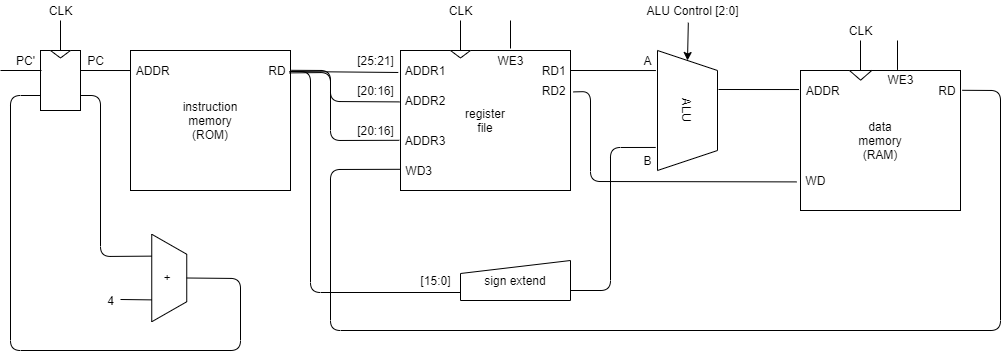
Earlier version of the draw.io export doc/architecture.drawio.png (0n1shi/fpga-mips). Source tidied: cells renumbered, new cells last; positions are measured from the earlier drawing's top-left corner, leaving out a move shared by most shapes.
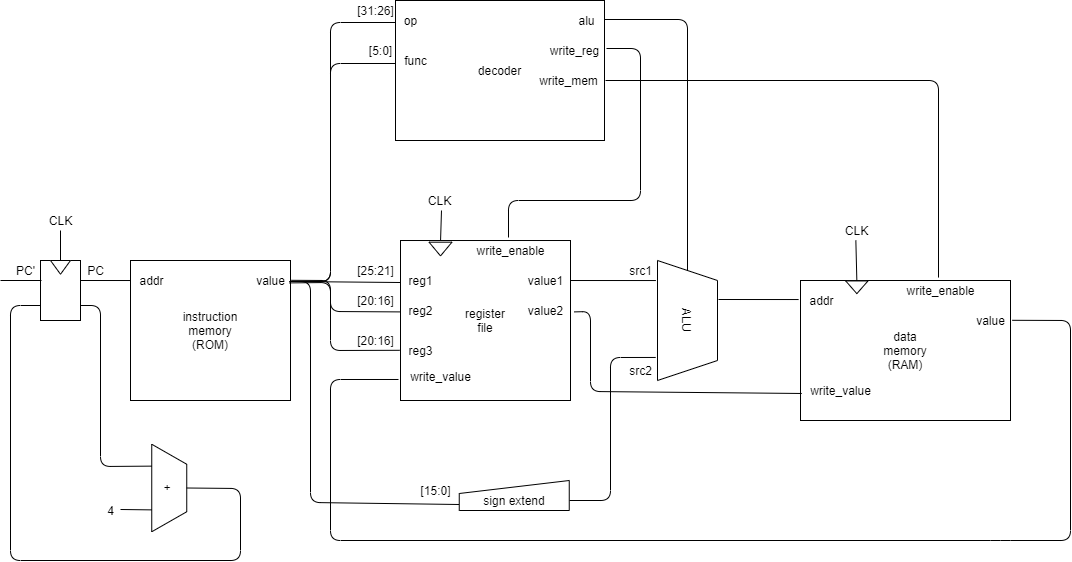
Later version of the same file.

Diff of the diagram source:
```diff
@@ -9,7 +9,7 @@
       <mxGeometry width="40" height="60" as="geometry" />
     </mxCell>
     <mxCell id="4" style="triangle;whiteSpace=wrap;html=1;rotation=90;" parent="2" vertex="1">
-      <mxGeometry x="16.2" y="-6.2" width="7.5" height="20" as="geometry" />
+      <mxGeometry x="13.1" y="-3.1" width="13.8" height="20" as="geometry" />
     </mxCell>
     <mxCell id="5" style="endArrow=none;html=1;exitX=0.5;exitY=0;exitDx=0;exitDy=0;" parent="1" edge="1" source="3">
       <mxGeometry relative="1" as="geometry">
@@ -34,10 +34,10 @@
     <mxCell id="10" value="instruction&lt;br&gt;memory&lt;br&gt;(ROM)" style="rounded=0;whiteSpace=wrap;html=1;" parent="9" vertex="1">
       <mxGeometry width="160" height="140" as="geometry" />
     </mxCell>
-    <mxCell id="11" value="&amp;nbsp;ADDR" style="text;html=1;align=left;verticalAlign=middle;" parent="9" vertex="1">
-      <mxGeometry x="1" y="10" width="50" height="20" as="geometry" />
+    <mxCell id="11" value="addr" style="text;html=1;align=center;verticalAlign=middle;" parent="9" vertex="1">
+      <mxGeometry x="1" y="10" width="40" height="20" as="geometry" />
     </mxCell>
-    <mxCell id="12" value="RD&amp;nbsp;" style="text;html=1;align=right;verticalAlign=middle;points=[];" parent="9" vertex="1">
+    <mxCell id="12" value="value" style="text;html=1;align=center;verticalAlign=middle;points=[];" parent="9" vertex="1">
       <mxGeometry x="120" y="10" width="40" height="20" as="geometry" />
     </mxCell>
     <mxCell id="13" style="endArrow=none;html=1;entryX=-0.001;entryY=0.143;entryDx=0;entryDy=0;entryPerimeter=0;" parent="1" edge="1" target="10">
@@ -45,24 +45,13 @@
         <mxPoint x="80" y="70" as="sourcePoint" />
       </mxGeometry>
     </mxCell>
-    <mxCell id="14" style="endArrow=none;html=1;exitX=0;exitY=0.5;exitDx=0;exitDy=0;" parent="1" edge="1" source="34">
-      <mxGeometry relative="1" as="geometry">
-        <mxPoint x="460" y="20" as="targetPoint" />
-      </mxGeometry>
+    <mxCell id="14" style="endArrow=none;html=1;exitX=0;exitY=0.5;exitDx=0;exitDy=0;entryX=0.556;entryY=1;entryDx=0;entryDy=0;entryPerimeter=0;" parent="1" edge="1" source="34" target="15">
+      <mxGeometry relative="1" as="geometry" />
     </mxCell>
-    <mxCell id="15" value="CLK&lt;br&gt;" style="text;html=1;align=center;verticalAlign=middle;points=[];" parent="1" vertex="1">
-      <mxGeometry x="440" width="40" height="20" as="geometry" />
-    </mxCell>
-    <mxCell id="16" style="endArrow=none;html=1;" parent="1" edge="1">
-      <mxGeometry relative="1" as="geometry">
-        <mxPoint x="510" y="48" as="sourcePoint" />
-        <mxPoint x="510" y="20" as="targetPoint" />
-      </mxGeometry>
-    </mxCell>
     <mxCell id="17" value="PC" style="text;html=1;align=center;verticalAlign=middle;" parent="1" vertex="1">
       <mxGeometry x="80" y="50" width="30" height="20" as="geometry" />
     </mxCell>
-    <mxCell id="18" style="endArrow=none;html=1;entryX=1.045;entryY=0.55;entryDx=0;entryDy=0;entryPerimeter=0;exitX=-0.013;exitY=0.157;exitDx=0;exitDy=0;exitPerimeter=0;" parent="1" edge="1" source="27" target="12">
+    <mxCell id="18" style="endArrow=none;html=1;entryX=1.045;entryY=0.55;entryDx=0;entryDy=0;entryPerimeter=0;exitX=0;exitY=0.6;exitDx=0;exitDy=0;exitPerimeter=0;" parent="1" edge="1" source="28" target="12">
       <mxGeometry relative="1" as="geometry" />
     </mxCell>
     <mxCell id="19" value="[25:21]" style="text;html=1;align=center;verticalAlign=middle;" parent="1" vertex="1">
@@ -87,97 +76,87 @@
     <mxCell id="23" value="ALU" style="shape=trapezoid;perimeter=trapezoidPerimeter;whiteSpace=wrap;html=1;fixedSize=1;align=center;rotation=90;" parent="1" vertex="1">
       <mxGeometry x="627" y="80" width="120" height="60" as="geometry" />
     </mxCell>
-    <mxCell id="24" value="sign extend" style="shape=manualInput;whiteSpace=wrap;html=1;align=center;size=13;verticalAlign=middle;" parent="1" vertex="1">
-      <mxGeometry x="460" y="260" width="110" height="40" as="geometry" />
+    <mxCell id="24" value="sign extend" style="shape=manualInput;whiteSpace=wrap;html=1;align=center;size=13;verticalAlign=bottom;" parent="1" vertex="1">
+      <mxGeometry x="458.8" y="270" width="110" height="30" as="geometry" />
     </mxCell>
     <mxCell id="25" style="endArrow=none;html=1;entryX=0.167;entryY=1.027;entryDx=0;entryDy=0;entryPerimeter=0;exitX=0.985;exitY=0.5;exitDx=0;exitDy=0;exitPerimeter=0;" parent="1" edge="1" source="32" target="23">
       <mxGeometry relative="1" as="geometry" />
     </mxCell>
     <mxCell id="26" style="group;" parent="1" vertex="1">
-      <mxGeometry x="400" y="50" width="170" height="140" as="geometry" />
+      <mxGeometry x="400" y="30" width="170" height="160" as="geometry" />
     </mxCell>
     <mxCell id="27" value="register&lt;br&gt;file" style="rounded=0;whiteSpace=wrap;html=1;" parent="26" vertex="1">
-      <mxGeometry width="170" height="140" as="geometry" />
+      <mxGeometry width="170" height="160" as="geometry" />
     </mxCell>
-    <mxCell id="28" value="&amp;nbsp;ADDR1" style="text;html=1;align=left;verticalAlign=middle;points=[];" parent="26" vertex="1">
-      <mxGeometry y="10" width="60" height="20" as="geometry" />
+    <mxCell id="28" value="reg1" style="text;html=1;align=center;verticalAlign=middle;points=[];" parent="26" vertex="1">
+      <mxGeometry y="30" width="40" height="20" as="geometry" />
     </mxCell>
-    <mxCell id="29" value="&amp;nbsp;ADDR2" style="text;html=1;align=left;verticalAlign=middle;points=[];" parent="26" vertex="1">
-      <mxGeometry y="40" width="60" height="20" as="geometry" />
+    <mxCell id="29" value="reg2" style="text;html=1;align=center;verticalAlign=middle;points=[];" parent="26" vertex="1">
+      <mxGeometry y="60" width="40" height="20" as="geometry" />
     </mxCell>
-    <mxCell id="30" value="&amp;nbsp;ADDR3" style="text;html=1;align=left;verticalAlign=middle;points=[];" parent="26" vertex="1">
-      <mxGeometry y="80" width="60" height="20" as="geometry" />
+    <mxCell id="30" value="reg3" style="text;html=1;align=center;verticalAlign=middle;points=[];" parent="26" vertex="1">
+      <mxGeometry y="100" width="40" height="20" as="geometry" />
     </mxCell>
-    <mxCell id="31" value="&amp;nbsp;WD3" style="text;html=1;align=left;verticalAlign=middle;points=[];" parent="26" vertex="1">
-      <mxGeometry y="110" width="50" height="20" as="geometry" />
+    <mxCell id="31" value="write_value" style="text;html=1;align=center;verticalAlign=middle;points=[];" parent="26" vertex="1">
+      <mxGeometry y="125.7" width="80" height="20" as="geometry" />
     </mxCell>
-    <mxCell id="32" value="RD1&amp;nbsp;" style="text;html=1;align=right;verticalAlign=middle;points=[];" parent="26" vertex="1">
-      <mxGeometry x="130" y="10" width="40" height="20" as="geometry" />
+    <mxCell id="32" value="value1" style="text;html=1;align=center;verticalAlign=middle;points=[];" parent="26" vertex="1">
+      <mxGeometry x="120" y="30" width="50" height="20" as="geometry" />
     </mxCell>
-    <mxCell id="33" value="RD2&amp;nbsp;" style="text;html=1;align=right;verticalAlign=middle;points=[];" parent="26" vertex="1">
-      <mxGeometry x="130" y="30" width="40" height="20" as="geometry" />
+    <mxCell id="33" value="value2" style="text;html=1;align=center;verticalAlign=middle;points=[];" parent="26" vertex="1">
+      <mxGeometry x="120" y="60" width="50" height="20" as="geometry" />
     </mxCell>
     <mxCell id="34" style="triangle;whiteSpace=wrap;html=1;rotation=90;" parent="26" vertex="1">
-      <mxGeometry x="56.2" y="-6.2" width="7.5" height="20" as="geometry" />
+      <mxGeometry x="33.1" y="-2.9" width="13.8" height="22.9" as="geometry" />
     </mxCell>
-    <mxCell id="35" value="WE3" style="text;html=1;align=center;verticalAlign=middle;points=[];horizontal=1;" parent="26" vertex="1">
-      <mxGeometry x="90" width="40" height="20" as="geometry" />
+    <mxCell id="35" value="write_enable" style="text;html=1;align=center;verticalAlign=middle;points=[];horizontal=1;" parent="26" vertex="1">
+      <mxGeometry x="70" width="80" height="20" as="geometry" />
     </mxCell>
-    <mxCell id="36" style="endArrow=none;html=1;exitX=1;exitY=0.75;exitDx=0;exitDy=0;entryX=0.808;entryY=1.03;entryDx=0;entryDy=0;entryPerimeter=0;" parent="1" edge="1" source="24" target="23">
+    <mxCell id="36" style="endArrow=none;html=1;entryX=0.808;entryY=1.03;entryDx=0;entryDy=0;entryPerimeter=0;" parent="1" edge="1" target="23">
       <mxGeometry relative="1" as="geometry">
+        <mxPoint x="569" y="290" as="sourcePoint" />
         <Array as="points">
           <mxPoint x="610" y="290" />
           <mxPoint x="610" y="147" />
         </Array>
       </mxGeometry>
     </mxCell>
-    <mxCell id="37" value="A" style="text;html=1;align=center;verticalAlign=middle;" parent="1" vertex="1">
-      <mxGeometry x="637" y="50" width="20" height="20" as="geometry" />
+    <mxCell id="37" value="src1" style="text;html=1;align=center;verticalAlign=middle;" parent="1" vertex="1">
+      <mxGeometry x="620" y="50" width="40" height="20" as="geometry" />
     </mxCell>
-    <mxCell id="38" value="B" style="text;html=1;align=center;verticalAlign=middle;" parent="1" vertex="1">
-      <mxGeometry x="637" y="150" width="20" height="20" as="geometry" />
+    <mxCell id="38" value="src2" style="text;html=1;align=center;verticalAlign=middle;" parent="1" vertex="1">
+      <mxGeometry x="620" y="150" width="40" height="20" as="geometry" />
     </mxCell>
-    <mxCell id="39" style="endArrow=classic;html=1;entryX=0;entryY=0.5;entryDx=0;entryDy=0;exitX=0.462;exitY=1.11;exitDx=0;exitDy=0;exitPerimeter=0;" parent="1" edge="1" source="40" target="23">
-      <mxGeometry relative="1" as="geometry" />
-    </mxCell>
-    <mxCell id="40" value="ALU Control [2:0]" style="text;html=1;align=center;verticalAlign=middle;points=[];" parent="1" vertex="1">
-      <mxGeometry x="637" width="110" height="20" as="geometry" />
-    </mxCell>
     <mxCell id="41" style="group;" parent="1" vertex="1">
-      <mxGeometry x="800" y="70" width="160" height="140" as="geometry" />
+      <mxGeometry x="800" y="70" width="210" height="140" as="geometry" />
     </mxCell>
     <mxCell id="42" style="group;" parent="41" vertex="1">
-      <mxGeometry width="160" height="140" as="geometry" />
+      <mxGeometry width="210" height="140" as="geometry" />
     </mxCell>
     <mxCell id="43" style="group;" parent="42" vertex="1">
-      <mxGeometry y="-0.9" width="160" height="140.9" as="geometry" />
+      <mxGeometry y="-0.9" width="210" height="140.9" as="geometry" />
     </mxCell>
     <mxCell id="44" value="data&lt;br&gt;memory&lt;br&gt;(RAM)" style="rounded=0;whiteSpace=wrap;html=1;" parent="43" vertex="1">
-      <mxGeometry y="0.9" width="160" height="140" as="geometry" />
+      <mxGeometry y="0.9" width="210" height="140" as="geometry" />
     </mxCell>
-    <mxCell id="45" value="&amp;nbsp;ADDR" style="text;html=1;align=left;verticalAlign=middle;" parent="43" vertex="1">
-      <mxGeometry x="1" y="10.9" width="50" height="20" as="geometry" />
+    <mxCell id="45" value="addr" style="text;html=1;align=center;verticalAlign=middle;" parent="43" vertex="1">
+      <mxGeometry x="1.3" y="10.9" width="40" height="20" as="geometry" />
     </mxCell>
-    <mxCell id="46" value="RD&amp;nbsp;" style="text;html=1;align=right;verticalAlign=middle;points=[];" parent="43" vertex="1">
-      <mxGeometry x="120" y="10.9" width="40" height="20" as="geometry" />
+    <mxCell id="46" value="value" style="text;html=1;align=center;verticalAlign=middle;points=[];" parent="43" vertex="1">
+      <mxGeometry x="170" y="30.9" width="40" height="20" as="geometry" />
     </mxCell>
-    <mxCell id="47" value="&amp;nbsp;WD" style="text;html=1;align=left;verticalAlign=middle;points=[];" parent="43" vertex="1">
-      <mxGeometry y="100.9" width="40" height="20" as="geometry" />
+    <mxCell id="47" value="write_value" style="text;html=1;align=center;verticalAlign=middle;points=[];" parent="43" vertex="1">
+      <mxGeometry y="100.9" width="80" height="20" as="geometry" />
     </mxCell>
-    <mxCell id="48" value="WE3" style="text;html=1;align=center;verticalAlign=middle;points=[];horizontal=1;" parent="43" vertex="1">
-      <mxGeometry x="80" width="40" height="20" as="geometry" />
+    <mxCell id="48" value="write_enable" style="text;html=1;align=center;verticalAlign=middle;points=[];horizontal=1;" parent="43" vertex="1">
+      <mxGeometry x="100" y="0.9" width="80" height="20" as="geometry" />
     </mxCell>
     <mxCell id="49" style="triangle;whiteSpace=wrap;html=1;align=center;rotation=90;" parent="43" vertex="1">
-      <mxGeometry x="55.3" y="-5.4" width="9.7" height="22.3" as="geometry" />
+      <mxGeometry x="50" y="-3.4" width="12.7" height="22.3" as="geometry" />
     </mxCell>
-    <mxCell id="50" style="endArrow=none;html=1;" parent="1" edge="1" target="51">
-      <mxGeometry relative="1" as="geometry">
-        <mxPoint x="860" y="70" as="sourcePoint" />
-      </mxGeometry>
+    <mxCell id="50" style="endArrow=none;html=1;exitX=0;exitY=0.5;exitDx=0;exitDy=0;entryX=0.475;entryY=1;entryDx=0;entryDy=0;entryPerimeter=0;" parent="1" edge="1" source="49" target="51">
+      <mxGeometry relative="1" as="geometry" />
     </mxCell>
-    <mxCell id="51" value="CLK&lt;br&gt;" style="text;html=1;align=center;verticalAlign=middle;points=[];" parent="1" vertex="1">
-      <mxGeometry x="840" y="20" width="40" height="20" as="geometry" />
-    </mxCell>
     <mxCell id="52" style="endArrow=none;html=1;exitX=1.02;exitY=0.49;exitDx=0;exitDy=0;exitPerimeter=0;entryX=-0.02;entryY=0.49;entryDx=0;entryDy=0;entryPerimeter=0;" parent="1" edge="1" source="12" target="30">
       <mxGeometry relative="1" as="geometry">
         <Array as="points">
@@ -189,13 +168,14 @@
     <mxCell id="53" value="[20:16]" style="text;html=1;align=center;verticalAlign=middle;" parent="1" vertex="1">
       <mxGeometry x="350" y="120" width="50" height="20" as="geometry" />
     </mxCell>
-    <mxCell id="54" style="endArrow=none;html=1;entryX=1.045;entryY=0.49;entryDx=0;entryDy=0;entryPerimeter=0;exitX=-0.012;exitY=0.44;exitDx=0;exitDy=0;exitPerimeter=0;" parent="1" edge="1" source="31" target="46">
+    <mxCell id="54" style="endArrow=none;html=1;entryX=1.045;entryY=0.49;entryDx=0;entryDy=0;entryPerimeter=0;exitX=-0.025;exitY=0.664;exitDx=0;exitDy=0;exitPerimeter=0;" parent="1" edge="1" source="31" target="46">
       <mxGeometry relative="1" as="geometry">
         <Array as="points">
           <mxPoint x="330" y="169" />
           <mxPoint x="330" y="330" />
           <mxPoint x="1000" y="330" />
-          <mxPoint x="1000" y="90" />
+          <mxPoint x="1070" y="330" />
+          <mxPoint x="1070" y="110" />
         </Array>
       </mxGeometry>
     </mxCell>
@@ -239,18 +219,80 @@
     <mxCell id="61" value="[20:16]" style="text;html=1;align=center;verticalAlign=middle;" parent="1" vertex="1">
       <mxGeometry x="350" y="80" width="50" height="20" as="geometry" />
     </mxCell>
-    <mxCell id="62" style="endArrow=none;html=1;entryX=-0.1;entryY=0.57;entryDx=0;entryDy=0;entryPerimeter=0;exitX=1.075;exitY=0.57;exitDx=0;exitDy=0;exitPerimeter=0;" parent="1" edge="1" source="33" target="47">
+    <mxCell id="62" style="endArrow=none;html=1;entryX=0.006;entryY=0.807;entryDx=0;entryDy=0;entryPerimeter=0;exitX=1.075;exitY=0.57;exitDx=0;exitDy=0;exitPerimeter=0;" parent="1" edge="1" source="33" target="44">
       <mxGeometry relative="1" as="geometry">
         <Array as="points">
-          <mxPoint x="590" y="91" />
+          <mxPoint x="590" y="101" />
           <mxPoint x="590" y="181" />
         </Array>
       </mxGeometry>
     </mxCell>
-    <mxCell id="63" style="endArrow=none;html=1;exitX=0.425;exitY=0.017;exitDx=0;exitDy=0;exitPerimeter=0;" parent="1" edge="1" source="48">
-      <mxGeometry relative="1" as="geometry">
-        <mxPoint x="897" y="40" as="targetPoint" />
-      </mxGeometry>
-    </mxCell>
+    <mxCell id="64" value="[31:26]" style="text;html=1;align=center;verticalAlign=middle;" parent="1" vertex="1">
+      <mxGeometry x="350" y="-210" width="50" height="20" as="geometry" />
+    </mxCell>
+    <mxCell id="65" style="edgeStyle=elbowEdgeStyle;elbow=horizontal;endArrow=none;html=1;entryX=0;entryY=0.6;entryDx=0;entryDy=0;entryPerimeter=0;exitX=1.05;exitY=0.55;exitDx=0;exitDy=0;exitPerimeter=0;endFill=0;" parent="1" edge="1" source="12" target="70">
+      <mxGeometry relative="1" as="geometry">
+        <Array as="points">
+          <mxPoint x="330" y="-60" />
+        </Array>
+      </mxGeometry>
+    </mxCell>
+    <mxCell id="66" style="edgeStyle=elbowEdgeStyle;elbow=horizontal;endArrow=none;html=1;entryX=0.025;entryY=0.65;entryDx=0;entryDy=0;entryPerimeter=0;exitX=0.975;exitY=0.55;exitDx=0;exitDy=0;exitPerimeter=0;endFill=0;" parent="1" edge="1" source="12" target="72">
+      <mxGeometry relative="1" as="geometry">
+        <Array as="points">
+          <mxPoint x="330" y="-50" />
+        </Array>
+      </mxGeometry>
+    </mxCell>
+    <mxCell id="67" value="[5:0]" style="text;html=1;align=center;verticalAlign=middle;" parent="1" vertex="1">
+      <mxGeometry x="360" y="-170" width="40" height="20" as="geometry" />
+    </mxCell>
+    <mxCell id="68" style="endArrow=none;html=1;entryX=0;entryY=0.5;entryDx=0;entryDy=0;exitX=1.067;exitY=0.45;exitDx=0;exitDy=0;exitPerimeter=0;" parent="1" edge="1" source="71" target="23">
+      <mxGeometry relative="1" as="geometry">
+        <Array as="points">
+          <mxPoint x="687" y="-191" />
+        </Array>
+      </mxGeometry>
+    </mxCell>
+    <mxCell id="51" value="CLK&lt;br&gt;" style="text;html=1;align=center;verticalAlign=middle;points=[];" parent="1" vertex="1">
+      <mxGeometry x="836.4" y="10" width="40" height="20" as="geometry" />
+    </mxCell>
+    <mxCell id="15" value="CLK&lt;br&gt;" style="text;html=1;align=center;verticalAlign=middle;points=[];" parent="1" vertex="1">
+      <mxGeometry x="418.8" y="-20" width="40" height="20" as="geometry" />
+    </mxCell>
+    <mxCell id="69" value="decoder" style="rounded=0;whiteSpace=wrap;html=1;" parent="1" vertex="1">
+      <mxGeometry x="395" y="-210" width="209" height="140" as="geometry" />
+    </mxCell>
+    <mxCell id="70" value="op" style="text;html=1;align=center;verticalAlign=middle;points=[];" parent="1" vertex="1">
+      <mxGeometry x="395" y="-200" width="30" height="20" as="geometry" />
+    </mxCell>
+    <mxCell id="71" value="alu" style="text;html=1;align=center;verticalAlign=middle;points=[];" parent="1" vertex="1">
+      <mxGeometry x="571" y="-200" width="30" height="20" as="geometry" />
+    </mxCell>
+    <mxCell id="72" value="func" style="text;html=1;align=center;verticalAlign=middle;points=[];" parent="1" vertex="1">
+      <mxGeometry x="395" y="-160" width="40" height="20" as="geometry" />
+    </mxCell>
+    <mxCell id="73" value="write_reg" style="text;html=1;align=center;verticalAlign=middle;points=[];" parent="1" vertex="1">
+      <mxGeometry x="544" y="-170" width="60" height="20" as="geometry" />
+    </mxCell>
+    <mxCell id="74" value="write_mem" style="text;html=1;align=center;verticalAlign=middle;points=[];" parent="1" vertex="1">
+      <mxGeometry x="533" y="-140" width="70" height="20" as="geometry" />
+    </mxCell>
+    <mxCell id="75" style="endArrow=none;html=1;entryX=1.033;entryY=0.4;entryDx=0;entryDy=0;entryPerimeter=0;exitX=0.475;exitY=-0.15;exitDx=0;exitDy=0;exitPerimeter=0;" parent="1" edge="1" source="35" target="73">
+      <mxGeometry relative="1" as="geometry">
+        <Array as="points">
+          <mxPoint x="508" y="-10" />
+          <mxPoint x="640" y="-10" />
+          <mxPoint x="640" y="-162" />
+        </Array>
+      </mxGeometry>
+    </mxCell>
+    <mxCell id="76" style="endArrow=none;html=1;entryX=1.029;entryY=0.5;entryDx=0;entryDy=0;entryPerimeter=0;exitX=0.475;exitY=-0.147;exitDx=0;exitDy=0;exitPerimeter=0;" parent="1" edge="1" source="48" target="74">
+      <mxGeometry relative="1" as="geometry">
+        <Array as="points">
+          <mxPoint x="938" y="-130" />
+        </Array>
+      </mxGeometry>
+    </mxCell>
   </root>
 </mxGraphModel>
```
